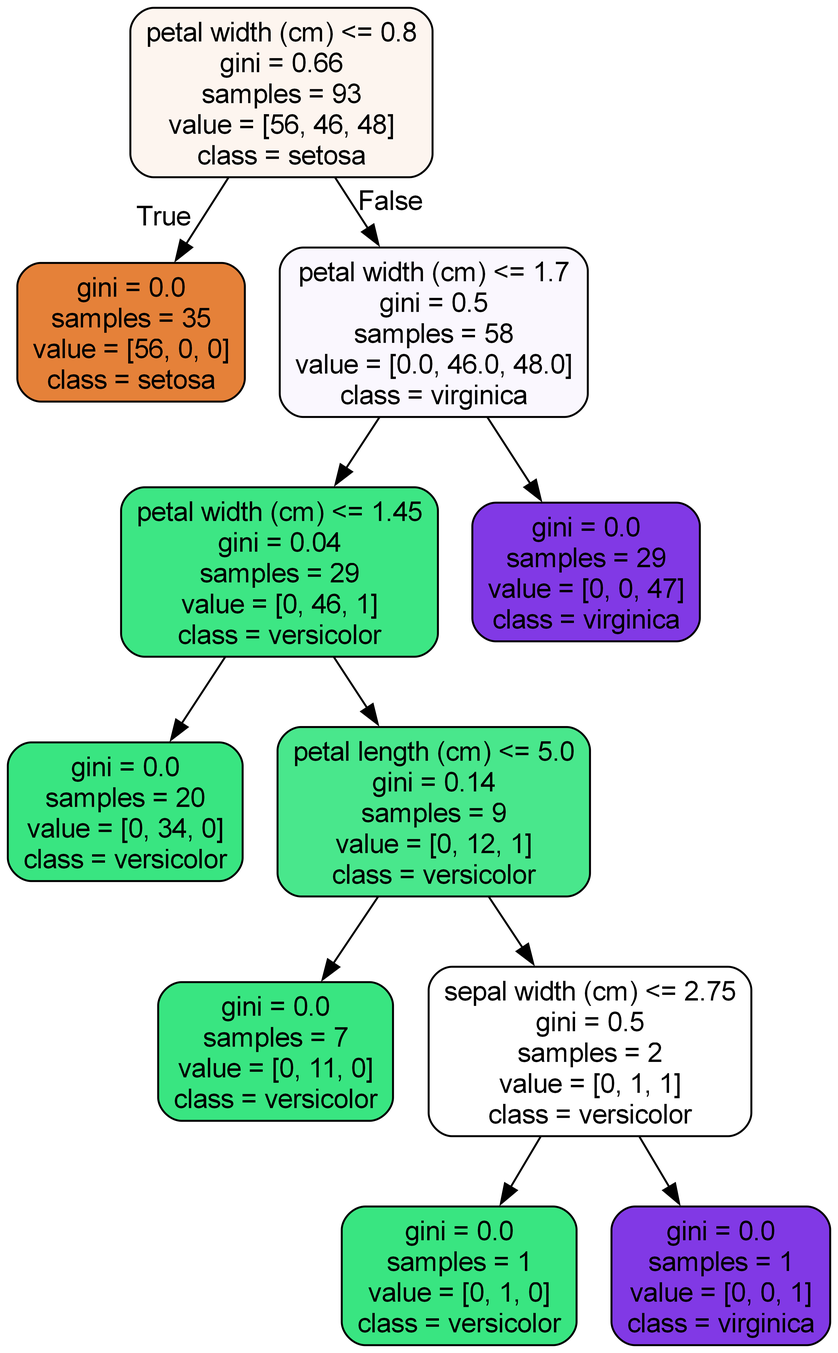
Above: tree.png in madmaxtoastflytiger/Random-Forest-Case-Study (Graphviz), before the change. Its source is kept beside it as tree.dot. Its diagram source:
```dot
digraph Tree {
node [shape=box, style="filled, rounded", color="black", fontname="helvetica"] ;
edge [fontname="helvetica"] ;
0 [label="petal width (cm) <= 0.8\ngini = 0.66\nsamples = 93\nvalue = [56, 46, 48]\nclass = setosa", fillcolor="#fdf5ef"] ;
1 [label="gini = 0.0\nsamples = 35\nvalue = [56, 0, 0]\nclass = setosa", fillcolor="#e58139"] ;
0 -> 1 [labeldistance=2.5, labelangle=45, headlabel="True"] ;
2 [label="petal width (cm) <= 1.7\ngini = 0.5\nsamples = 58\nvalue = [0.0, 46.0, 48.0]\nclass = virginica", fillcolor="#faf7fe"] ;
0 -> 2 [labeldistance=2.5, labelangle=-45, headlabel="False"] ;
3 [label="petal width (cm) <= 1.45\ngini = 0.04\nsamples = 29\nvalue = [0, 46, 1]\nclass = versicolor", fillcolor="#3de684"] ;
2 -> 3 ;
4 [label="gini = 0.0\nsamples = 20\nvalue = [0, 34, 0]\nclass = versicolor", fillcolor="#39e581"] ;
3 -> 4 ;
5 [label="petal length (cm) <= 5.0\ngini = 0.14\nsamples = 9\nvalue = [0, 12, 1]\nclass = versicolor", fillcolor="#49e78c"] ;
3 -> 5 ;
6 [label="gini = 0.0\nsamples = 7\nvalue = [0, 11, 0]\nclass = versicolor", fillcolor="#39e581"] ;
5 -> 6 ;
7 [label="sepal width (cm) <= 2.75\ngini = 0.5\nsamples = 2\nvalue = [0, 1, 1]\nclass = versicolor", fillcolor="#ffffff"] ;
5 -> 7 ;
8 [label="gini = 0.0\nsamples = 1\nvalue = [0, 1, 0]\nclass = versicolor", fillcolor="#39e581"] ;
7 -> 8 ;
9 [label="gini = 0.0\nsamples = 1\nvalue = [0, 0, 1]\nclass = virginica", fillcolor="#8139e5"] ;
7 -> 9 ;
10 [label="gini = 0.0\nsamples = 29\nvalue = [0, 0, 47]\nclass = virginica", fillcolor="#8139e5"] ;
2 -> 10 ;
}
```
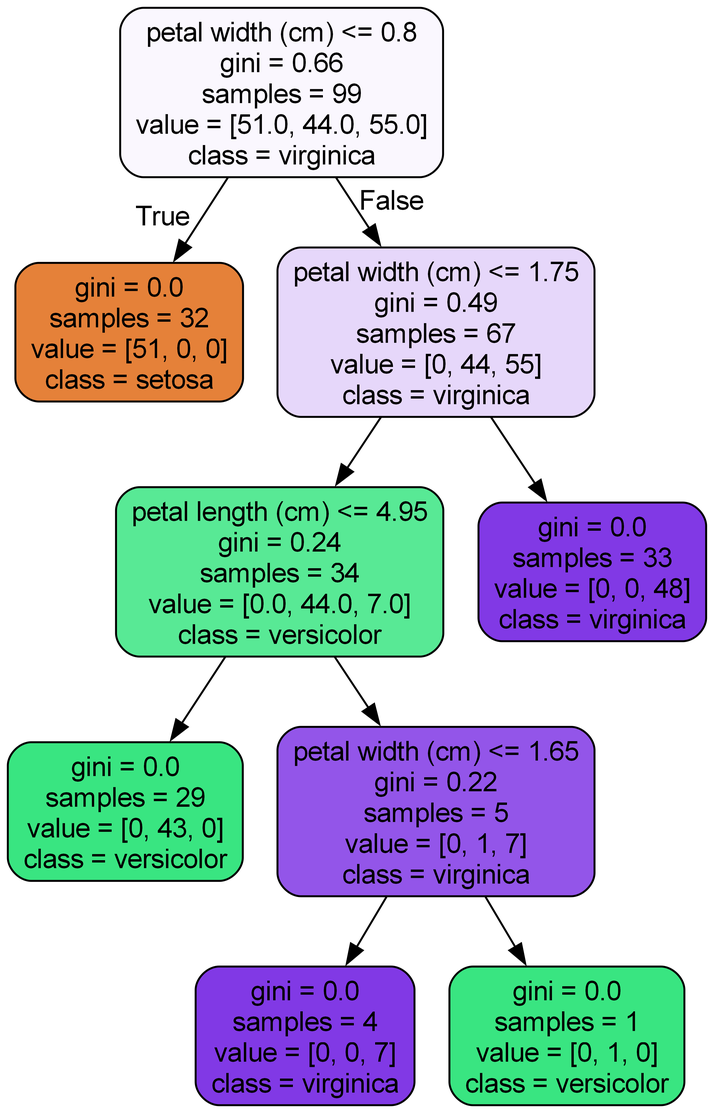
Later version of the same file.

What changed in the source:
```diff
@@ -1,25 +1,21 @@
 digraph Tree {
 node [shape=box, style="filled, rounded", color="black", fontname="helvetica"] ;
 edge [fontname="helvetica"] ;
-0 [label="petal width (cm) <= 0.8\ngini = 0.66\nsamples = 93\nvalue = [56, 46, 48]\nclass = setosa", fillcolor="#fdf5ef"] ;
-1 [label="gini = 0.0\nsamples = 35\nvalue = [56, 0, 0]\nclass = setosa", fillcolor="#e58139"] ;
+0 [label="petal width (cm) <= 0.8\ngini = 0.66\nsamples = 99\nvalue = [51.0, 44.0, 55.0]\nclass = virginica", fillcolor="#faf7fe"] ;
+1 [label="gini = 0.0\nsamples = 32\nvalue = [51, 0, 0]\nclass = setosa", fillcolor="#e58139"] ;
 0 -> 1 [labeldistance=2.5, labelangle=45, headlabel="True"] ;
-2 [label="petal width (cm) <= 1.7\ngini = 0.5\nsamples = 58\nvalue = [0.0, 46.0, 48.0]\nclass = virginica", fillcolor="#faf7fe"] ;
+2 [label="petal width (cm) <= 1.75\ngini = 0.49\nsamples = 67\nvalue = [0, 44, 55]\nclass = virginica", fillcolor="#e6d7fa"] ;
 0 -> 2 [labeldistance=2.5, labelangle=-45, headlabel="False"] ;
-3 [label="petal width (cm) <= 1.45\ngini = 0.04\nsamples = 29\nvalue = [0, 46, 1]\nclass = versicolor", fillcolor="#3de684"] ;
+3 [label="petal length (cm) <= 4.95\ngini = 0.24\nsamples = 34\nvalue = [0.0, 44.0, 7.0]\nclass = versicolor", fillcolor="#58e995"] ;
 2 -> 3 ;
-4 [label="gini = 0.0\nsamples = 20\nvalue = [0, 34, 0]\nclass = versicolor", fillcolor="#39e581"] ;
+4 [label="gini = 0.0\nsamples = 29\nvalue = [0, 43, 0]\nclass = versicolor", fillcolor="#39e581"] ;
 3 -> 4 ;
-5 [label="petal length (cm) <= 5.0\ngini = 0.14\nsamples = 9\nvalue = [0, 12, 1]\nclass = versicolor", fillcolor="#49e78c"] ;
+5 [label="petal width (cm) <= 1.65\ngini = 0.22\nsamples = 5\nvalue = [0, 1, 7]\nclass = virginica", fillcolor="#9355e9"] ;
 3 -> 5 ;
-6 [label="gini = 0.0\nsamples = 7\nvalue = [0, 11, 0]\nclass = versicolor", fillcolor="#39e581"] ;
+6 [label="gini = 0.0\nsamples = 4\nvalue = [0, 0, 7]\nclass = virginica", fillcolor="#8139e5"] ;
 5 -> 6 ;
-7 [label="sepal width (cm) <= 2.75\ngini = 0.5\nsamples = 2\nvalue = [0, 1, 1]\nclass = versicolor", fillcolor="#ffffff"] ;
+7 [label="gini = 0.0\nsamples = 1\nvalue = [0, 1, 0]\nclass = versicolor", fillcolor="#39e581"] ;
 5 -> 7 ;
-8 [label="gini = 0.0\nsamples = 1\nvalue = [0, 1, 0]\nclass = versicolor", fillcolor="#39e581"] ;
-7 -> 8 ;
-9 [label="gini = 0.0\nsamples = 1\nvalue = [0, 0, 1]\nclass = virginica", fillcolor="#8139e5"] ;
-7 -> 9 ;
-10 [label="gini = 0.0\nsamples = 29\nvalue = [0, 0, 47]\nclass = virginica", fillcolor="#8139e5"] ;
-2 -> 10 ;
+8 [label="gini = 0.0\nsamples = 33\nvalue = [0, 0, 48]\nclass = virginica", fillcolor="#8139e5"] ;
+2 -> 8 ;
 }
```
